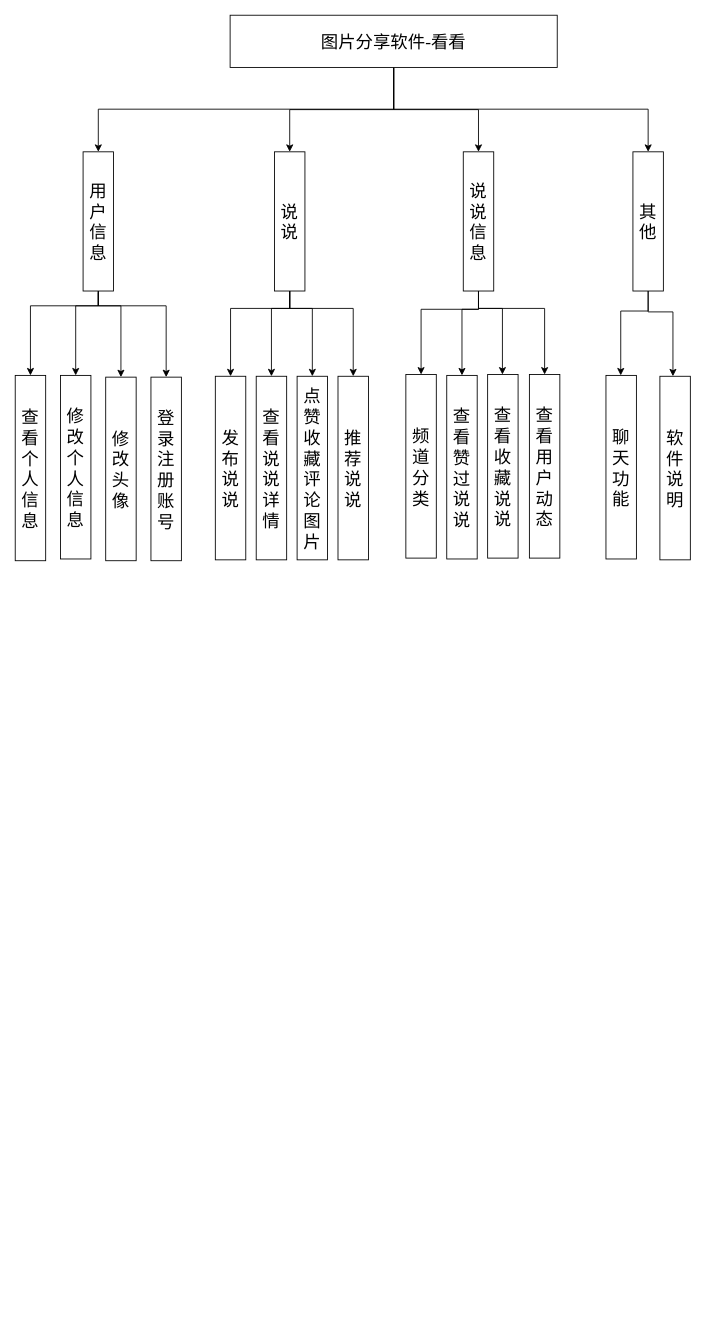
Before: doc/diagram.drawio in zeroRains/SharePhoto, a draw.io diagram. Source tidied: cells renumbered, new cells numbered last; positions are measured from the earlier drawing's top-left corner, leaving out a move shared by most shapes. Both pictures are drawn from the tidied source at 87%, with x=0, y=0 at pixel (15, 15).
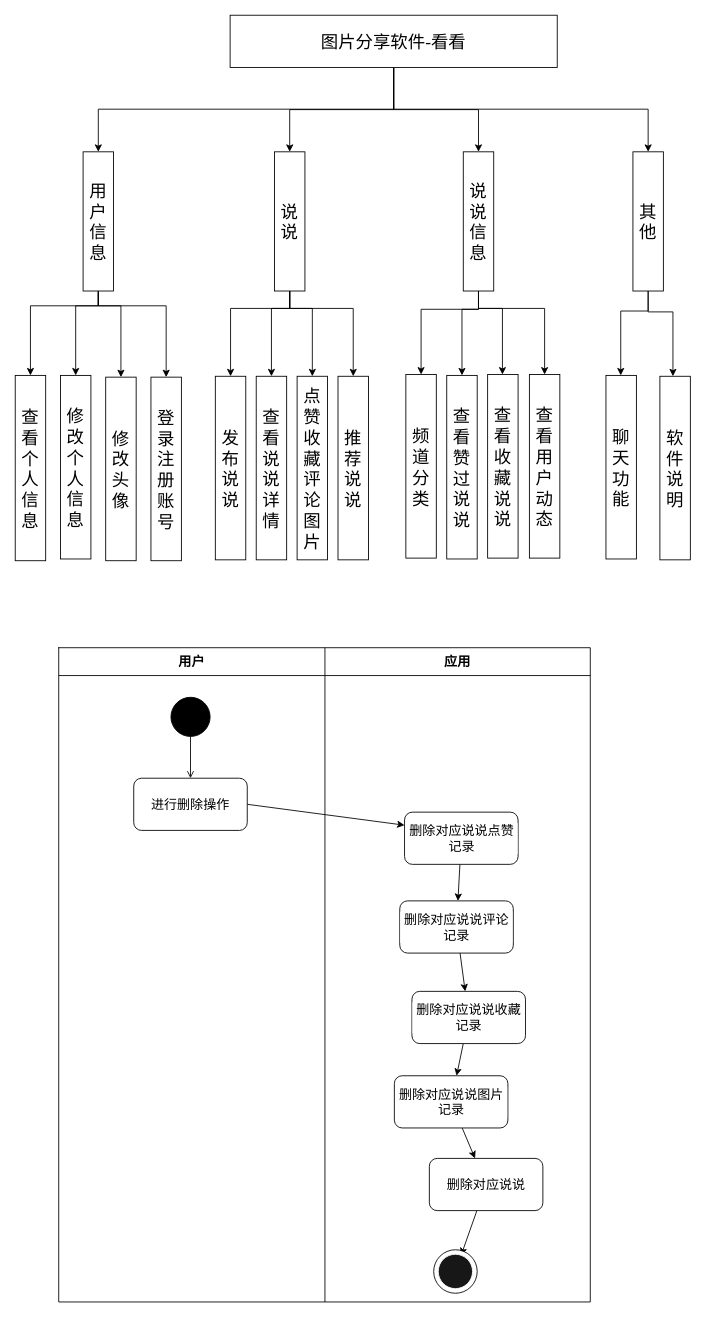
After the change.

Change to the diagram source:
```diff
@@
+    <mxCell id="39" style="shape=table;startSize=0;childLayout=tableLayout;" parent="1" vertex="1">
+      <mxGeometry x="50" y="727" width="611" height="752" as="geometry" />
+    </mxCell>
+    <mxCell id="40" style="shape=partialRectangle;fillColor=none;top=0;left=0;bottom=0;right=0;" parent="39" vertex="1">
+      <mxGeometry width="611" height="32" as="geometry" />
+    </mxCell>
+    <mxCell id="41" value="&lt;b style=&quot;font-size: 15px;&quot;&gt;用户&lt;/b&gt;" style="shape=partialRectangle;html=1;whiteSpace=wrap;overflow=hidden;fillColor=none;top=0;left=0;bottom=0;right=0;fontSize=15;" parent="40" vertex="1">
+      <mxGeometry width="306" height="32" as="geometry" />
+    </mxCell>
+    <mxCell id="42" value="应用" style="shape=partialRectangle;html=1;whiteSpace=wrap;overflow=hidden;fillColor=none;top=0;left=0;bottom=0;right=0;fontStyle=1;fontSize=15;" parent="40" vertex="1">
+      <mxGeometry x="306" width="305" height="32" as="geometry" />
+    </mxCell>
+    <mxCell id="43" style="shape=partialRectangle;fillColor=none;top=0;left=0;bottom=0;right=0;" parent="39" vertex="1">
+      <mxGeometry y="32" width="611" height="720" as="geometry" />
+    </mxCell>
+    <mxCell id="44" style="shape=partialRectangle;html=1;whiteSpace=wrap;overflow=hidden;fillColor=none;top=0;left=0;bottom=0;right=0;" parent="43" vertex="1">
+      <mxGeometry width="306" height="720" as="geometry" />
+    </mxCell>
+    <mxCell id="45" style="shape=partialRectangle;html=1;whiteSpace=wrap;overflow=hidden;fillColor=none;top=0;left=0;bottom=0;right=0;" parent="43" vertex="1">
+      <mxGeometry x="306" width="305" height="720" as="geometry" />
+    </mxCell>
@@
+    <mxCell id="46" style="edgeStyle=orthogonalEdgeStyle;rounded=0;jettySize=auto;html=1;entryX=0.5;entryY=0;entryDx=0;entryDy=0;fontSize=15;endArrow=open;endFill=0;startSize=10;strokeWidth=1;" parent="1" edge="1" source="47" target="49">
+      <mxGeometry relative="1" as="geometry" />
+    </mxCell>
+    <mxCell id="47" style="ellipse;whiteSpace=wrap;html=1;fontSize=15;labelBorderColor=#000000;labelBackgroundColor=default;fillColor=#000000;" parent="1" vertex="1">
+      <mxGeometry x="179" y="784" width="45" height="45" as="geometry" />
+    </mxCell>
+    <mxCell id="48" style="rounded=0;jettySize=auto;html=1;entryX=0;entryY=0.25;entryDx=0;entryDy=0;fontSize=15;endArrow=classic;endFill=1;startSize=10;strokeWidth=1;exitX=1;exitY=0.5;exitDx=0;exitDy=0;" parent="1" edge="1" source="49" target="51">
+      <mxGeometry relative="1" as="geometry" />
+    </mxCell>
+    <mxCell id="49" value="进行删除操作" style="rounded=1;whiteSpace=wrap;html=1;labelBackgroundColor=default;fontSize=15;fillColor=#FFFFFF;fontStyle=0;" parent="1" vertex="1">
+      <mxGeometry x="136.2" y="877" width="130.5" height="60" as="geometry" />
+    </mxCell>
+    <mxCell id="50" style="edgeStyle=none;rounded=0;jettySize=auto;html=1;fontSize=15;endArrow=classic;endFill=1;startSize=10;strokeWidth=1;" parent="1" edge="1" source="51" target="53">
+      <mxGeometry relative="1" as="geometry" />
+    </mxCell>
+    <mxCell id="51" value="删除对应说说点赞记录" style="rounded=1;whiteSpace=wrap;html=1;labelBackgroundColor=default;fontSize=15;fillColor=#FFFFFF;" parent="1" vertex="1">
+      <mxGeometry x="447.5" y="916" width="130.5" height="60" as="geometry" />
+    </mxCell>
+    <mxCell id="52" style="edgeStyle=none;rounded=0;jettySize=auto;html=1;fontSize=15;endArrow=classic;endFill=1;startSize=10;strokeWidth=1;" parent="1" edge="1" source="53" target="55">
+      <mxGeometry relative="1" as="geometry" />
+    </mxCell>
+    <mxCell id="53" value="删除对应说说评论记录" style="rounded=1;whiteSpace=wrap;html=1;labelBackgroundColor=default;fontSize=15;fillColor=#FFFFFF;" parent="1" vertex="1">
+      <mxGeometry x="442" y="1018" width="130.5" height="60" as="geometry" />
+    </mxCell>
+    <mxCell id="54" style="edgeStyle=none;rounded=0;jettySize=auto;html=1;fontSize=15;endArrow=classic;endFill=1;startSize=10;strokeWidth=1;" parent="1" edge="1" source="55" target="57">
+      <mxGeometry relative="1" as="geometry" />
+    </mxCell>
+    <mxCell id="55" value="删除对应说说收藏记录" style="rounded=1;whiteSpace=wrap;html=1;labelBackgroundColor=default;fontSize=15;fillColor=#FFFFFF;" parent="1" vertex="1">
+      <mxGeometry x="456" y="1122" width="130.5" height="60" as="geometry" />
+    </mxCell>
+    <mxCell id="56" style="edgeStyle=none;rounded=0;jettySize=auto;html=1;fontSize=15;endArrow=classic;endFill=1;startSize=10;strokeWidth=1;" parent="1" edge="1" source="57" target="59">
+      <mxGeometry relative="1" as="geometry" />
+    </mxCell>
+    <mxCell id="57" value="删除对应说说图片记录" style="rounded=1;whiteSpace=wrap;html=1;labelBackgroundColor=default;fontSize=15;fillColor=#FFFFFF;" parent="1" vertex="1">
+      <mxGeometry x="435.8" y="1219" width="130.5" height="60" as="geometry" />
+    </mxCell>
+    <mxCell id="58" style="edgeStyle=none;rounded=0;jettySize=auto;html=1;fontSize=15;endArrow=classic;endFill=1;startSize=10;strokeWidth=1;" parent="1" edge="1" source="59" target="62">
+      <mxGeometry relative="1" as="geometry" />
+    </mxCell>
+    <mxCell id="59" value="删除对应说说" style="rounded=1;whiteSpace=wrap;html=1;labelBackgroundColor=default;fontSize=15;fillColor=#FFFFFF;" parent="1" vertex="1">
+      <mxGeometry x="476" y="1314" width="130.5" height="60" as="geometry" />
+    </mxCell>
+    <mxCell id="60" style="group;" parent="1" vertex="1">
+      <mxGeometry x="481" y="1419" width="50" height="50" as="geometry" />
+    </mxCell>
+    <mxCell id="61" style="ellipse;whiteSpace=wrap;html=1;labelBackgroundColor=default;sketch=0;fontSize=15;" parent="60" vertex="1">
+      <mxGeometry width="50" height="50" as="geometry" />
+    </mxCell>
+    <mxCell id="62" style="ellipse;whiteSpace=wrap;html=1;fontSize=15;labelBorderColor=#000000;labelBackgroundColor=default;fillColor=#171717;perimeterSpacing=0;sketch=0;strokeColor=#FFFFFF;spacingTop=20;spacingBottom=4;spacingLeft=6;spacingRight=5;" parent="60" vertex="1">
+      <mxGeometry x="5.2" y="5.2" width="39.5" height="39.5" as="geometry" />
+    </mxCell>
```
